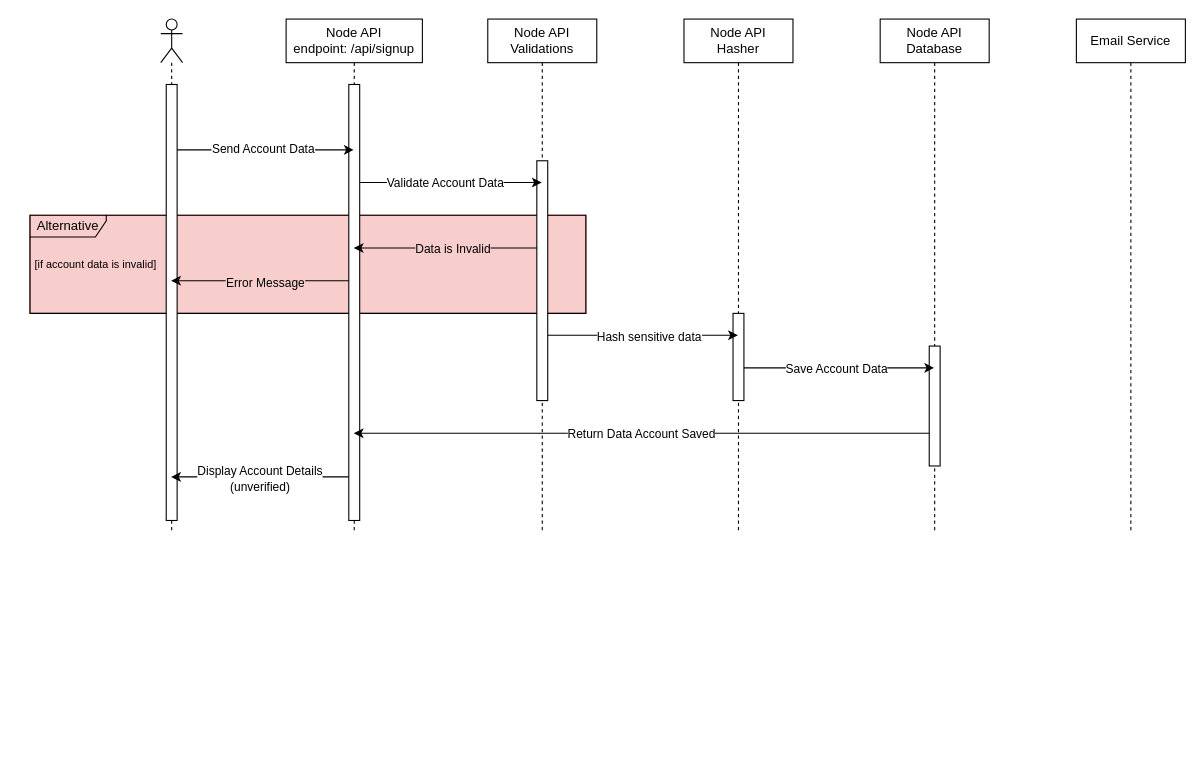
The draw.io diagram diagrams/UML/node-api.signup.sequence.drawio in guimassoqueto/node-clean-api, before the edit. Source tidied: cells renumbered, new cells numbered last; positions are measured from the earlier drawing's top-left corner, leaving out a move shared by most shapes. Both pictures are drawn from the tidied source at 109%, with x=0, y=0 at pixel (19, 19).
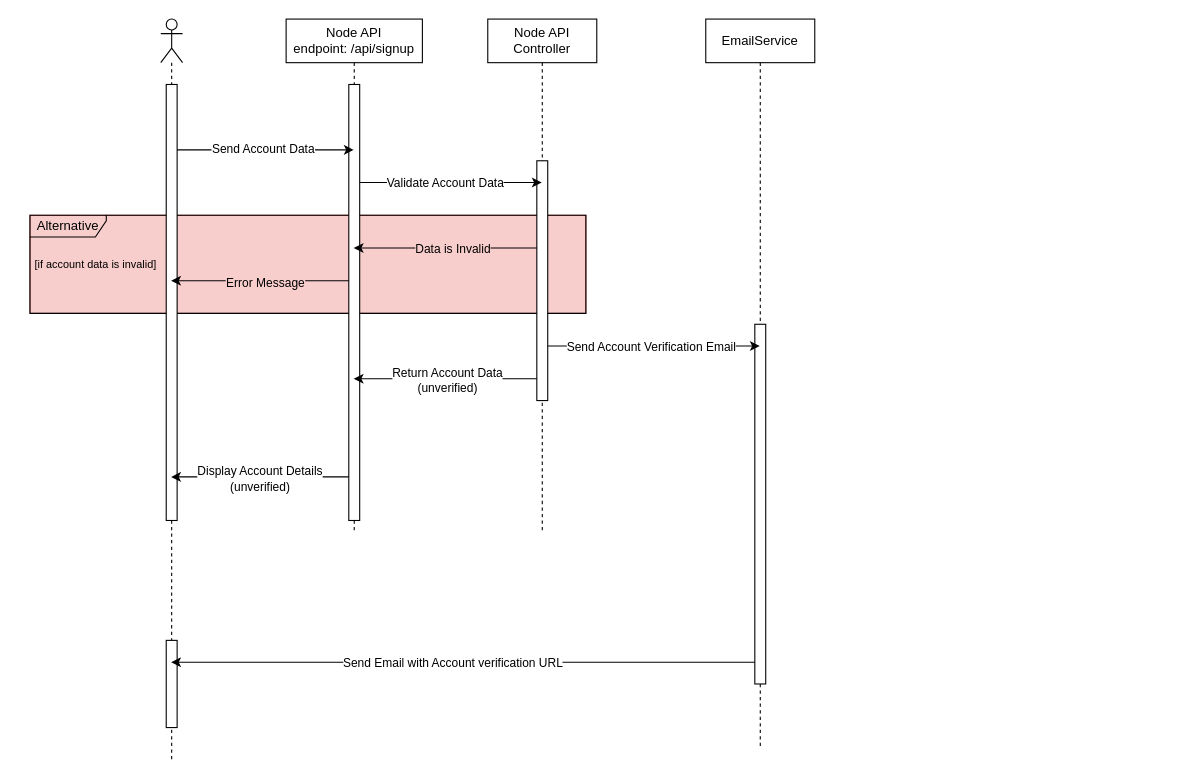
Above is the later version.

Commit message (it also covers changes not shown here):
docs: update sequence diagram

The change refers to these unchanged cells:
```xml
<mxCell id="8" value="Node API&lt;br&gt;endpoint: /api/signup" style="shape=umlLifeline;perimeter=lifelinePerimeter;whiteSpace=wrap;html=1;outlineConnect=0;portConstraint=eastwest;newEdgeStyle={&quot;edgeStyle&quot;:&quot;elbowEdgeStyle&quot;,&quot;elbow&quot;:&quot;vertical&quot;,&quot;curved&quot;:0,&quot;rounded&quot;:0};" parent="1" vertex="1">
  <mxGeometry x="245" width="125" height="470" as="geometry" />
</mxCell>
<mxCell id="11" style="html=1;points=[];perimeter=orthogonalPerimeter;outlineConnect=0;targetShapes=umlLifeline;portConstraint=eastwest;newEdgeStyle={&quot;edgeStyle&quot;:&quot;elbowEdgeStyle&quot;,&quot;elbow&quot;:&quot;vertical&quot;,&quot;curved&quot;:0,&quot;rounded&quot;:0};" parent="10" vertex="1">
  <mxGeometry x="45" y="130" width="10" height="220" as="geometry" />
</mxCell>
```

What changed in the source:
```diff
@@
     <mxCell id="4" style="shape=umlLifeline;perimeter=lifelinePerimeter;whiteSpace=wrap;html=1;outlineConnect=0;portConstraint=eastwest;newEdgeStyle={&quot;edgeStyle&quot;:&quot;elbowEdgeStyle&quot;,&quot;elbow&quot;:&quot;vertical&quot;,&quot;curved&quot;:0,&quot;rounded&quot;:0};participant=umlActor;" parent="1" vertex="1">
-      <mxGeometry x="130" width="20" height="470" as="geometry" />
+      <mxGeometry x="130" width="20" height="680" as="geometry" />
     </mxCell>
@@
+    <mxCell id="32" style="html=1;perimeter=orthogonalPerimeter;targetShapes=umlLifeline;newEdgeStyle={&quot;edgeStyle&quot;:&quot;elbowEdgeStyle&quot;,&quot;elbow&quot;:&quot;vertical&quot;,&quot;curved&quot;:0,&quot;rounded&quot;:0};" parent="4" vertex="1">
+      <mxGeometry x="5" y="570" width="10" height="80" as="geometry" />
+    </mxCell>
@@
+    <mxCell id="33" style="edgeStyle=elbowEdgeStyle;rounded=0;jettySize=auto;html=1;elbow=vertical;curved=0;" parent="1" edge="1" source="10" target="8">
+      <mxGeometry relative="1" as="geometry">
+        <Array as="points">
+          <mxPoint x="400" y="330" />
+        </Array>
+      </mxGeometry>
+    </mxCell>
+    <mxCell id="34" value="Return Account Data&lt;br&gt;(unverified)" style="edgeLabel;html=1;align=center;verticalAlign=middle;" parent="33" vertex="1">
+      <mxGeometry x="0.18" y="2" relative="1" as="geometry">
+        <mxPoint x="15" y="-1" as="offset" />
+      </mxGeometry>
+    </mxCell>
-    <mxCell id="10" value="Node API&lt;br&gt;Validations" style="shape=umlLifeline;perimeter=lifelinePerimeter;whiteSpace=wrap;html=1;outlineConnect=0;portConstraint=eastwest;newEdgeStyle={&quot;edgeStyle&quot;:&quot;elbowEdgeStyle&quot;,&quot;elbow&quot;:&quot;vertical&quot;,&quot;curved&quot;:0,&quot;rounded&quot;:0};" parent="1" vertex="1">
+    <mxCell id="10" value="Node API&lt;br&gt;Controller" style="shape=umlLifeline;perimeter=lifelinePerimeter;whiteSpace=wrap;html=1;outlineConnect=0;portConstraint=eastwest;newEdgeStyle={&quot;edgeStyle&quot;:&quot;elbowEdgeStyle&quot;,&quot;elbow&quot;:&quot;vertical&quot;,&quot;curved&quot;:0,&quot;rounded&quot;:0};" parent="1" vertex="1">
       <mxGeometry x="430" width="100" height="470" as="geometry" />
     </mxCell>
@@
-    <mxCell id="12" value="Node API&lt;br&gt;Hasher" style="shape=umlLifeline;perimeter=lifelinePerimeter;whiteSpace=wrap;html=1;outlineConnect=0;portConstraint=eastwest;newEdgeStyle={&quot;edgeStyle&quot;:&quot;elbowEdgeStyle&quot;,&quot;elbow&quot;:&quot;vertical&quot;,&quot;curved&quot;:0,&quot;rounded&quot;:0};" parent="1" vertex="1">
-      <mxGeometry x="610" width="100" height="470" as="geometry" />
-    </mxCell>
-    <mxCell id="13" style="html=1;points=[];perimeter=orthogonalPerimeter;outlineConnect=0;targetShapes=umlLifeline;portConstraint=eastwest;newEdgeStyle={&quot;edgeStyle&quot;:&quot;elbowEdgeStyle&quot;,&quot;elbow&quot;:&quot;vertical&quot;,&quot;curved&quot;:0,&quot;rounded&quot;:0};" parent="12" vertex="1">
-      <mxGeometry x="45" y="270" width="10" height="80" as="geometry" />
-    </mxCell>
-    <mxCell id="14" value="Node API&lt;br&gt;Database" style="shape=umlLifeline;perimeter=lifelinePerimeter;whiteSpace=wrap;html=1;outlineConnect=0;portConstraint=eastwest;newEdgeStyle={&quot;edgeStyle&quot;:&quot;elbowEdgeStyle&quot;,&quot;elbow&quot;:&quot;vertical&quot;,&quot;curved&quot;:0,&quot;rounded&quot;:0};" parent="1" vertex="1">
-      <mxGeometry x="790" width="100" height="470" as="geometry" />
-    </mxCell>
-    <mxCell id="15" style="html=1;points=[];perimeter=orthogonalPerimeter;outlineConnect=0;targetShapes=umlLifeline;portConstraint=eastwest;newEdgeStyle={&quot;edgeStyle&quot;:&quot;elbowEdgeStyle&quot;,&quot;elbow&quot;:&quot;vertical&quot;,&quot;curved&quot;:0,&quot;rounded&quot;:0};" parent="14" vertex="1">
-      <mxGeometry x="45" y="300" width="10" height="110" as="geometry" />
-    </mxCell>
@@
-    <mxCell id="25" style="edgeStyle=elbowEdgeStyle;rounded=0;jettySize=auto;html=1;elbow=vertical;curved=0;" parent="1" edge="1" source="11" target="12">
-      <mxGeometry relative="1" as="geometry">
-        <Array as="points">
-          <mxPoint x="530" y="290" />
-          <mxPoint x="640" y="315" />
-          <mxPoint x="620" y="330" />
-          <mxPoint x="520" y="430" />
-          <mxPoint x="560" y="370" />
-        </Array>
-      </mxGeometry>
-    </mxCell>
-    <mxCell id="26" value="Hash sensitive data" style="edgeLabel;html=1;align=center;verticalAlign=middle;" parent="25" vertex="1">
-      <mxGeometry x="0.06" y="-1" relative="1" as="geometry" />
-    </mxCell>
-    <mxCell id="27" value="Email Service" style="shape=umlLifeline;perimeter=lifelinePerimeter;whiteSpace=wrap;html=1;newEdgeStyle={&quot;edgeStyle&quot;:&quot;elbowEdgeStyle&quot;,&quot;elbow&quot;:&quot;vertical&quot;,&quot;curved&quot;:0,&quot;rounded&quot;:0};" parent="1" vertex="1">
-      <mxGeometry x="970" width="100" height="470" as="geometry" />
-    </mxCell>
-    <mxCell id="28" style="edgeStyle=elbowEdgeStyle;rounded=0;jettySize=auto;html=1;elbow=vertical;curved=0;" parent="1" edge="1" source="15" target="8">
-      <mxGeometry relative="1" as="geometry">
-        <Array as="points">
-          <mxPoint x="530" y="380" />
-          <mxPoint x="700" y="520" />
-        </Array>
-      </mxGeometry>
-    </mxCell>
-    <mxCell id="29" value="Return Data Account Saved" style="edgeLabel;html=1;align=center;verticalAlign=middle;" parent="28" vertex="1">
-      <mxGeometry x="0.02" y="3" relative="1" as="geometry">
-        <mxPoint x="4" y="-3" as="offset" />
-      </mxGeometry>
-    </mxCell>
-    <mxCell id="30" style="edgeStyle=elbowEdgeStyle;rounded=0;jettySize=auto;html=1;elbow=vertical;curved=0;" parent="1" edge="1" source="13" target="14">
-      <mxGeometry relative="1" as="geometry">
-        <Array as="points">
-          <mxPoint x="770" y="320" />
-          <mxPoint x="740" y="450" />
-        </Array>
-      </mxGeometry>
-    </mxCell>
-    <mxCell id="31" value="Save Account Data" style="edgeLabel;html=1;align=center;verticalAlign=middle;" parent="30" vertex="1">
-      <mxGeometry x="-0.25" y="1" relative="1" as="geometry">
-        <mxPoint x="19" y="1" as="offset" />
-      </mxGeometry>
-    </mxCell>
+    <mxCell id="35" value="EmailService" style="shape=umlLifeline;perimeter=lifelinePerimeter;whiteSpace=wrap;html=1;outlineConnect=0;portConstraint=eastwest;newEdgeStyle={&quot;edgeStyle&quot;:&quot;elbowEdgeStyle&quot;,&quot;elbow&quot;:&quot;vertical&quot;,&quot;curved&quot;:0,&quot;rounded&quot;:0};" parent="1" vertex="1">
+      <mxGeometry x="630" width="100" height="670" as="geometry" />
+    </mxCell>
+    <mxCell id="36" style="html=1;points=[];perimeter=orthogonalPerimeter;outlineConnect=0;targetShapes=umlLifeline;portConstraint=eastwest;newEdgeStyle={&quot;edgeStyle&quot;:&quot;elbowEdgeStyle&quot;,&quot;elbow&quot;:&quot;vertical&quot;,&quot;curved&quot;:0,&quot;rounded&quot;:0};" parent="35" vertex="1">
+      <mxGeometry x="45" y="280" width="10" height="330" as="geometry" />
+    </mxCell>
+    <mxCell id="37" style="edgeStyle=elbowEdgeStyle;rounded=0;jettySize=auto;html=1;elbow=vertical;curved=0;" parent="1" edge="1" source="11" target="35">
+      <mxGeometry relative="1" as="geometry">
+        <Array as="points">
+          <mxPoint x="560" y="300" />
+        </Array>
+      </mxGeometry>
+    </mxCell>
+    <mxCell id="38" value="Send Account Verification Email" style="edgeLabel;html=1;align=center;verticalAlign=middle;" parent="37" vertex="1">
+      <mxGeometry x="-0.15" y="-2" relative="1" as="geometry">
+        <mxPoint x="11" y="-2" as="offset" />
+      </mxGeometry>
+    </mxCell>
+    <mxCell id="39" style="edgeStyle=elbowEdgeStyle;rounded=0;jettySize=auto;html=1;elbow=vertical;curved=0;" parent="1" edge="1" source="36" target="4">
+      <mxGeometry relative="1" as="geometry">
+        <Array as="points">
+          <mxPoint x="380" y="590" />
+        </Array>
+      </mxGeometry>
+    </mxCell>
+    <mxCell id="40" value="Send Email with Account verification URL" style="edgeLabel;html=1;align=center;verticalAlign=middle;" parent="39" vertex="1">
+      <mxGeometry x="0.04" relative="1" as="geometry" />
+    </mxCell>
```
